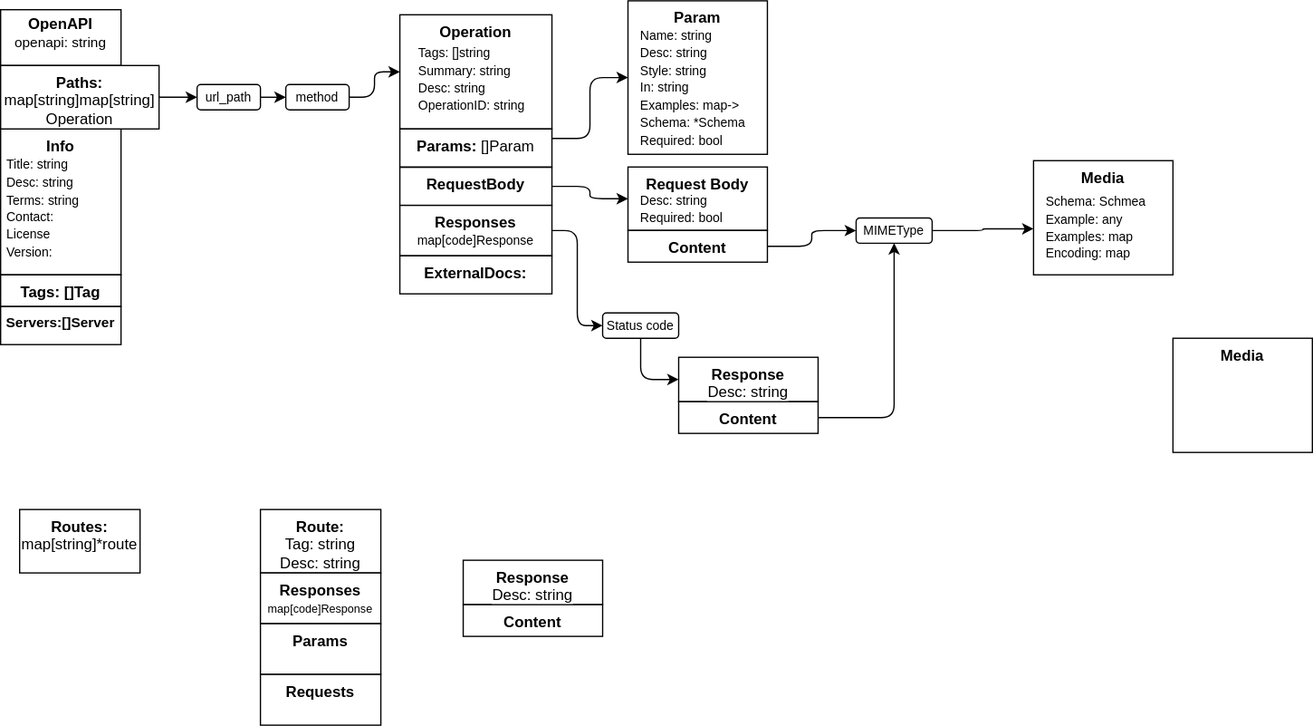
Before: docs/chart.drawio.svg, a diagram exported from draw.io (hydronica/go-openapi). Source tidied: cells renumbered, new cells last; positions are measured from the earlier drawing's top-left corner, leaving out a move shared by most shapes.
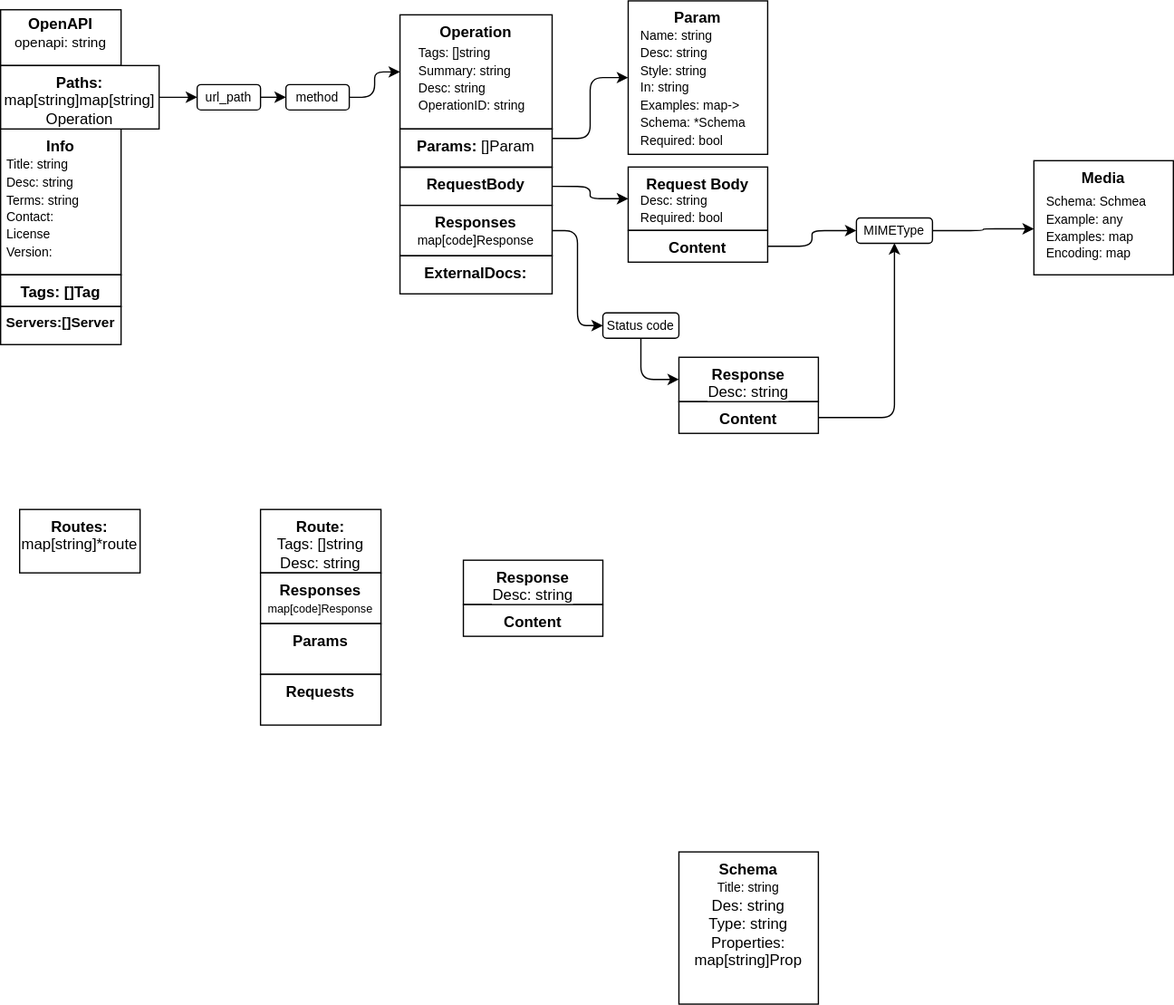
The same diagram one commit later.

Commit message:
work on schema object and parsing

Diff of the diagram source:
```diff
@@ -118,7 +118,7 @@
     <mxCell id="39" value="Routes: &lt;br&gt;&lt;span style=&quot;font-weight: normal;&quot;&gt;map[string]*route&lt;/span&gt;" style="rounded=0;whiteSpace=wrap;html=1;verticalAlign=top;fontStyle=1;" parent="1" vertex="1">
       <mxGeometry x="15" y="401" width="95" height="50" as="geometry" />
     </mxCell>
-    <mxCell id="40" value="Route: &lt;br&gt;&lt;span style=&quot;font-weight: normal;&quot;&gt;Tag: string&lt;br&gt;Desc: string&lt;br&gt;&lt;/span&gt;" style="rounded=0;whiteSpace=wrap;html=1;verticalAlign=top;fontStyle=1;" parent="1" vertex="1">
+    <mxCell id="40" value="Route: &lt;br&gt;&lt;span style=&quot;font-weight: normal;&quot;&gt;Tags: []string&lt;br&gt;Desc: string&lt;br&gt;&lt;/span&gt;" style="rounded=0;whiteSpace=wrap;html=1;verticalAlign=top;fontStyle=1;" parent="1" vertex="1">
       <mxGeometry x="205" y="401" width="95" height="50" as="geometry" />
     </mxCell>
     <mxCell id="41" value="Responses&lt;br&gt;&lt;span style=&quot;font-weight: normal;&quot;&gt;&lt;font style=&quot;font-size: 9px;&quot;&gt;map[code]Response&lt;/font&gt;&lt;/span&gt;" style="rounded=0;whiteSpace=wrap;html=1;verticalAlign=top;fontStyle=1;" parent="1" vertex="1">
@@ -136,8 +136,8 @@
     <mxCell id="45" value="Content" style="whiteSpace=wrap;html=1;labelBackgroundColor=#FFFFFF;fontSize=12;fontColor=#000000;align=center;verticalAlign=top;fontStyle=1;" parent="1" vertex="1">
       <mxGeometry x="365" y="476" width="110" height="25" as="geometry" />
     </mxCell>
-    <mxCell id="46" value="Media" style="whiteSpace=wrap;html=1;labelBackgroundColor=#FFFFFF;fontSize=12;fontColor=#000000;verticalAlign=top;fontStyle=1;" parent="1" vertex="1">
-      <mxGeometry x="925" y="266" width="110" height="90" as="geometry" />
+    <mxCell id="46" value="Schema&lt;br style=&quot;font-size: 11px;&quot;&gt;&lt;font size=&quot;1&quot;&gt;&lt;span style=&quot;font-weight: normal;&quot;&gt;Title: string&amp;nbsp;&lt;br&gt;&lt;/span&gt;&lt;/font&gt;&lt;span style=&quot;font-weight: normal;&quot;&gt;Des: string&lt;br&gt;Type: string&lt;br&gt;Properties:&lt;br&gt;map[string]Prop&lt;br&gt;&lt;/span&gt;" style="whiteSpace=wrap;html=1;labelBackgroundColor=#FFFFFF;fontSize=12;fontColor=#000000;verticalAlign=top;fontStyle=1;" parent="1" vertex="1">
+      <mxGeometry x="535" y="671" width="110" height="120" as="geometry" />
     </mxCell>
   </root>
 </mxGraphModel>
```
